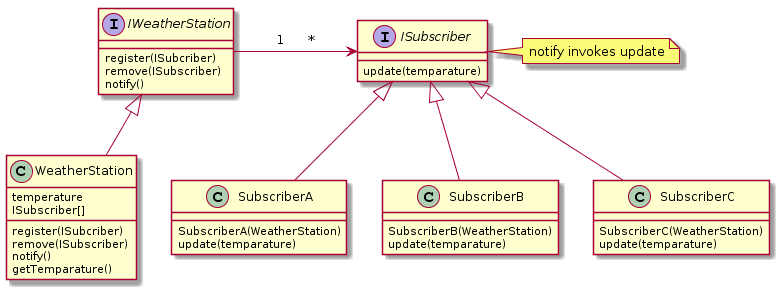
Above: observerpattern.png in swaminathanj/CompetitiveProgramming (PlantUML), before the change.
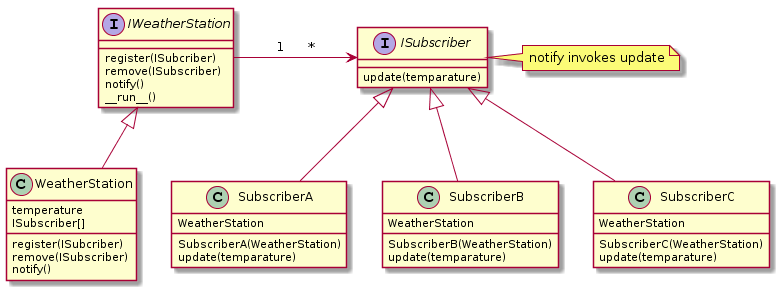
Later version of the same file.

Change to the diagram source:
```diff
@@ -3,6 +3,7 @@
    register(ISubcriber)
    remove(ISubscriber)
    notify()
+   __run__()
 }
 
 class WeatherStation {
@@ -11,7 +12,6 @@
    register(ISubcriber)
    remove(ISubscriber)
    notify()
-   getTemparature()
 }
 IWeatherStation <|-- WeatherStation
 
@@ -23,16 +23,19 @@
 IWeatherStation -right-> ISubscriber : 1      *
 
 class SubscriberC {
+   WeatherStation
    SubscriberC(WeatherStation)
    update(temparature)
 }
 
 class SubscriberA {
+   WeatherStation
    SubscriberA(WeatherStation)
    update(temparature)
 }
 
 class SubscriberB {
+   WeatherStation
    SubscriberB(WeatherStation)
    update(temparature)
 }
```
